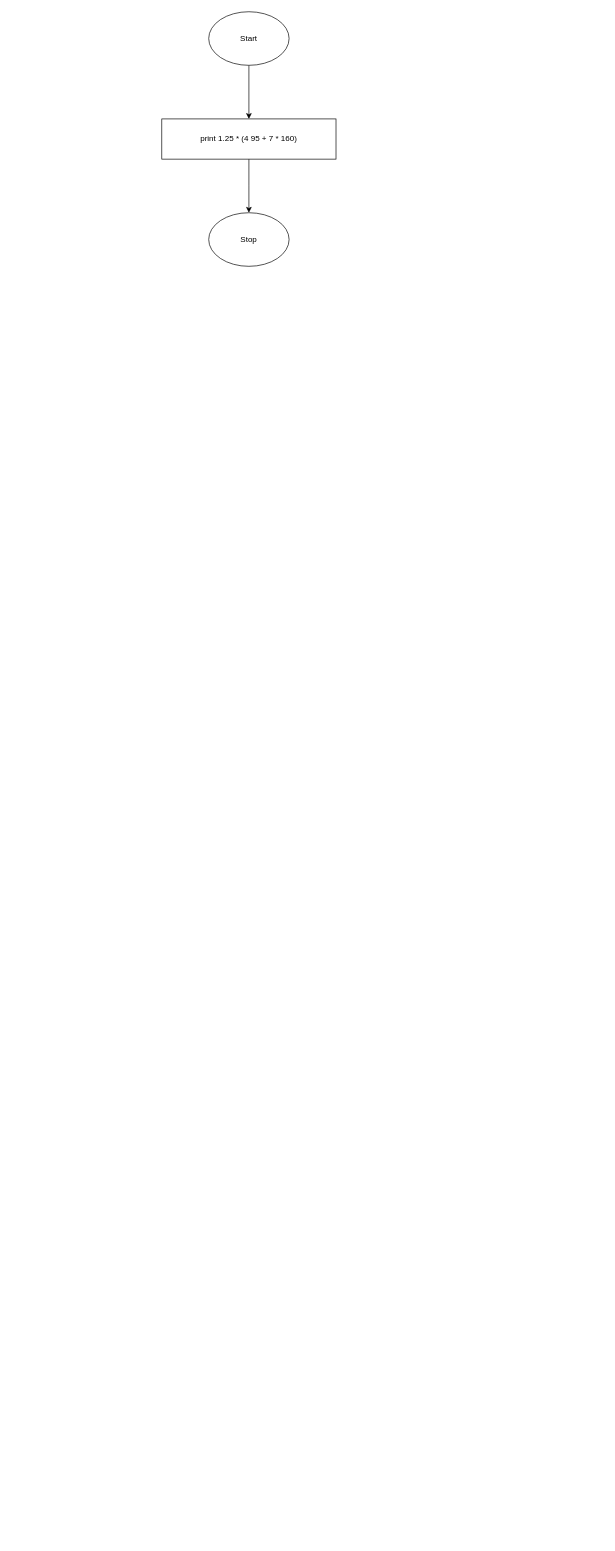
Above: flowcharts/exercises/ex01.drawio in nooberfrombaldursgate/pro1 (draw.io), before the change. Source tidied: cells renumbered, new cells numbered last; positions are measured from the earlier drawing's top-left corner, leaving out a move shared by most shapes. Both pictures are drawn from the tidied source at 67%, with x=0, y=0 at pixel (161, 11).
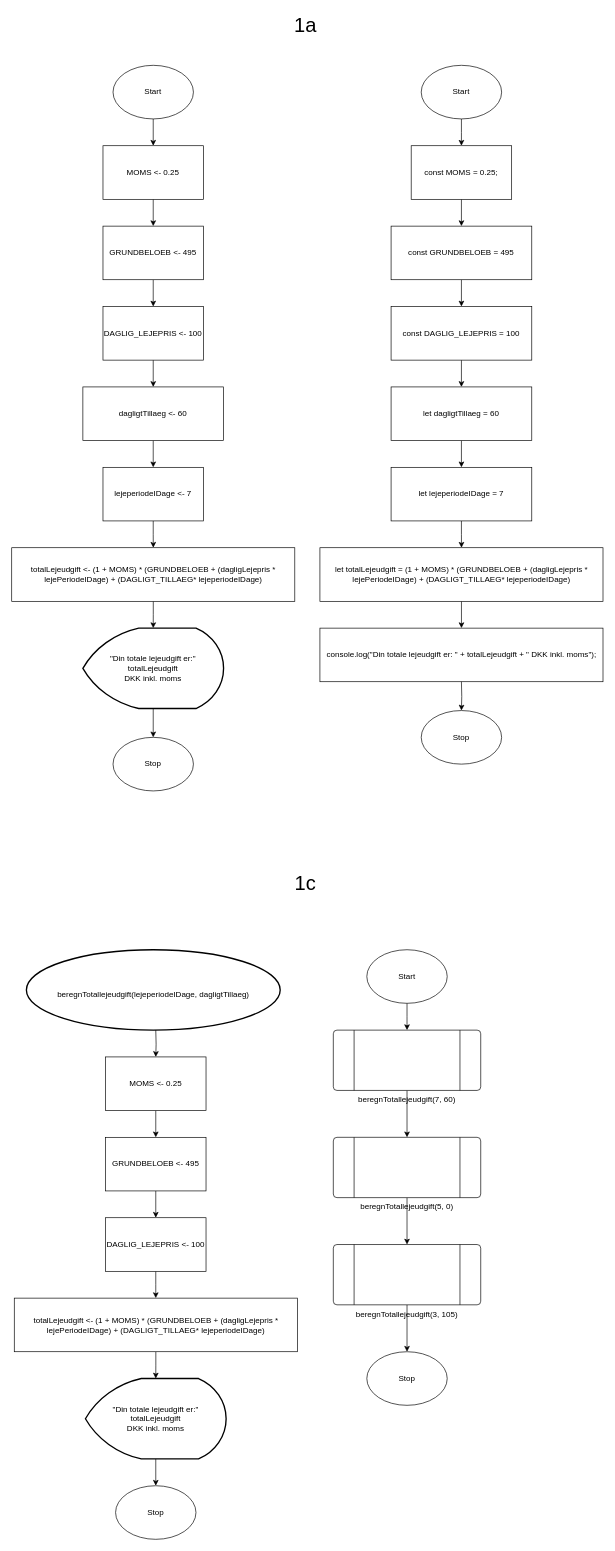
The same page after the edit.

The edit, as a diff of the source:
```diff
@@
-    <mxCell id="2" style="edgeStyle=orthogonalEdgeStyle;rounded=0;jettySize=auto;html=1;" parent="1" edge="1" source="3">
-      <mxGeometry relative="1" as="geometry">
-        <mxPoint x="130" y="300" as="targetPoint" />
-      </mxGeometry>
-    </mxCell>
-    <mxCell id="3" value="&lt;div&gt;print 1.25 * (4 95 + 7 * 160)&lt;/div&gt;" style="rounded=0;whiteSpace=wrap;html=1;" parent="1" vertex="1">
-      <mxGeometry y="160" width="260" height="60" as="geometry" />
-    </mxCell>
-    <mxCell id="4" style="edgeStyle=orthogonalEdgeStyle;rounded=0;jettySize=auto;html=1;entryX=0.5;entryY=0;entryDx=0;entryDy=0;" parent="1" edge="1" source="5" target="3">
-      <mxGeometry relative="1" as="geometry" />
-    </mxCell>
+    <mxCell id="7" style="edgeStyle=orthogonalEdgeStyle;rounded=0;jettySize=auto;html=1;" parent="1" edge="1" source="5" target="15">
+      <mxGeometry relative="1" as="geometry" />
+    </mxCell>
     <mxCell id="5" value="Start" style="ellipse;whiteSpace=wrap;html=1;" parent="1" vertex="1">
-      <mxGeometry x="70" width="120" height="80" as="geometry" />
+      <mxGeometry x="-72.8" y="80" width="120" height="80" as="geometry" />
     </mxCell>
     <mxCell id="6" value="&lt;div&gt;Stop&lt;/div&gt;" style="ellipse;whiteSpace=wrap;html=1;" parent="1" vertex="1">
-      <mxGeometry x="70" y="300" width="120" height="80" as="geometry" />
+      <mxGeometry x="-72.8" y="1083" width="120" height="80" as="geometry" />
     </mxCell>
+    <mxCell id="8" style="edgeStyle=orthogonalEdgeStyle;rounded=0;jettySize=auto;html=1;" parent="1" edge="1" source="9" target="17">
+      <mxGeometry relative="1" as="geometry" />
+    </mxCell>
+    <mxCell id="9" value="GRUNDBELOEB &amp;lt;- 495" style="rounded=0;whiteSpace=wrap;html=1;" parent="1" vertex="1">
+      <mxGeometry x="-87.8" y="320" width="150" height="80" as="geometry" />
+    </mxCell>
+    <mxCell id="10" style="edgeStyle=orthogonalEdgeStyle;rounded=0;jettySize=auto;html=1;" parent="1" edge="1" source="11" target="19">
+      <mxGeometry relative="1" as="geometry" />
+    </mxCell>
+    <mxCell id="11" value="dagligtTillaeg &amp;lt;- 60" style="rounded=0;whiteSpace=wrap;html=1;" parent="1" vertex="1">
+      <mxGeometry x="-117.8" y="560" width="210" height="80" as="geometry" />
+    </mxCell>
+    <mxCell id="12" style="edgeStyle=orthogonalEdgeStyle;rounded=0;jettySize=auto;html=1;" parent="1" edge="1" source="13" target="21">
+      <mxGeometry relative="1" as="geometry" />
+    </mxCell>
+    <mxCell id="13" value="totalLejeudgift &amp;lt;- (1 + MOMS) * (GRUNDBELOEB + (dagligLejepris * lejePeriodeIDage) + (DAGLIGT_TILLAEG* lejeperiodeIDage)" style="rounded=0;whiteSpace=wrap;html=1;" parent="1" vertex="1">
+      <mxGeometry x="-224" y="800" width="422.5" height="80" as="geometry" />
+    </mxCell>
+    <mxCell id="14" style="edgeStyle=orthogonalEdgeStyle;rounded=0;jettySize=auto;html=1;" parent="1" edge="1" source="15" target="9">
+      <mxGeometry relative="1" as="geometry" />
+    </mxCell>
+    <mxCell id="15" value="MOMS &amp;lt;- 0.25" style="rounded=0;whiteSpace=wrap;html=1;" parent="1" vertex="1">
+      <mxGeometry x="-87.8" y="200" width="150" height="80" as="geometry" />
+    </mxCell>
+    <mxCell id="16" style="edgeStyle=orthogonalEdgeStyle;rounded=0;jettySize=auto;html=1;" parent="1" edge="1" source="17" target="11">
+      <mxGeometry relative="1" as="geometry" />
+    </mxCell>
+    <mxCell id="17" value="DAGLIG_LEJEPRIS &amp;lt;- 100" style="rounded=0;whiteSpace=wrap;html=1;" parent="1" vertex="1">
+      <mxGeometry x="-87.8" y="440" width="150" height="80" as="geometry" />
+    </mxCell>
+    <mxCell id="18" style="edgeStyle=orthogonalEdgeStyle;rounded=0;jettySize=auto;html=1;" parent="1" edge="1" source="19" target="13">
+      <mxGeometry relative="1" as="geometry" />
+    </mxCell>
+    <mxCell id="19" value="lejeperiodeIDage &amp;lt;- 7" style="rounded=0;whiteSpace=wrap;html=1;" parent="1" vertex="1">
+      <mxGeometry x="-87.8" y="680" width="150" height="80" as="geometry" />
+    </mxCell>
+    <mxCell id="20" style="edgeStyle=orthogonalEdgeStyle;rounded=0;jettySize=auto;html=1;" parent="1" edge="1" source="21" target="6">
+      <mxGeometry relative="1" as="geometry" />
+    </mxCell>
+    <mxCell id="21" value="&lt;div&gt;&quot;Din totale lejeudgift er:&quot;&lt;/div&gt;&lt;div&gt;totalLejeudgift&lt;/div&gt;&lt;div&gt;DKK inkl. moms&lt;br&gt;&lt;/div&gt;" style="strokeWidth=2;html=1;shape=mxgraph.flowchart.display;whiteSpace=wrap;" parent="1" vertex="1">
+      <mxGeometry x="-117.8" y="920" width="210" height="120" as="geometry" />
+    </mxCell>
+    <mxCell id="22" value="1a" style="text;html=1;align=center;verticalAlign=middle;fontSize=30;" parent="1" vertex="1">
+      <mxGeometry x="188.5" width="50" height="40" as="geometry" />
+    </mxCell>
+    <mxCell id="23" style="edgeStyle=orthogonalEdgeStyle;rounded=0;jettySize=auto;html=1;" parent="1" edge="1" source="24" target="26">
+      <mxGeometry relative="1" as="geometry" />
+    </mxCell>
+    <mxCell id="24" value="const MOMS = 0.25;" style="rounded=0;whiteSpace=wrap;html=1;" parent="1" vertex="1">
+      <mxGeometry x="372.2" y="200" width="150" height="80" as="geometry" />
+    </mxCell>
+    <mxCell id="25" style="edgeStyle=orthogonalEdgeStyle;rounded=0;jettySize=auto;html=1;" parent="1" edge="1" source="26" target="28">
+      <mxGeometry relative="1" as="geometry" />
+    </mxCell>
+    <mxCell id="26" value="const GRUNDBELOEB = 495" style="rounded=0;whiteSpace=wrap;html=1;" parent="1" vertex="1">
+      <mxGeometry x="342.2" y="320" width="210" height="80" as="geometry" />
+    </mxCell>
+    <mxCell id="27" style="edgeStyle=orthogonalEdgeStyle;rounded=0;jettySize=auto;html=1;" parent="1" edge="1" source="28" target="30">
+      <mxGeometry relative="1" as="geometry" />
+    </mxCell>
+    <mxCell id="28" value="const DAGLIG_LEJEPRIS = 100" style="rounded=0;whiteSpace=wrap;html=1;" parent="1" vertex="1">
+      <mxGeometry x="342.2" y="440" width="210" height="80" as="geometry" />
+    </mxCell>
+    <mxCell id="29" style="edgeStyle=orthogonalEdgeStyle;rounded=0;jettySize=auto;html=1;" parent="1" edge="1" source="30" target="32">
+      <mxGeometry relative="1" as="geometry" />
+    </mxCell>
+    <mxCell id="30" value="let dagligtTillaeg = 60" style="rounded=0;whiteSpace=wrap;html=1;" parent="1" vertex="1">
+      <mxGeometry x="342.2" y="560" width="210" height="80" as="geometry" />
+    </mxCell>
+    <mxCell id="31" style="edgeStyle=orthogonalEdgeStyle;rounded=0;jettySize=auto;html=1;" parent="1" edge="1" source="32" target="34">
+      <mxGeometry relative="1" as="geometry" />
+    </mxCell>
+    <mxCell id="32" value="let lejeperiodeIDage = 7" style="rounded=0;whiteSpace=wrap;html=1;" parent="1" vertex="1">
+      <mxGeometry x="342.2" y="680" width="210" height="80" as="geometry" />
+    </mxCell>
+    <mxCell id="33" style="edgeStyle=orthogonalEdgeStyle;rounded=0;jettySize=auto;html=1;" parent="1" edge="1" source="34" target="35">
+      <mxGeometry relative="1" as="geometry" />
+    </mxCell>
+    <mxCell id="34" value="let totalLejeudgift = (1 + MOMS) * (GRUNDBELOEB + (dagligLejepris * lejePeriodeIDage) + (DAGLIGT_TILLAEG* lejeperiodeIDage)" style="rounded=0;whiteSpace=wrap;html=1;" parent="1" vertex="1">
+      <mxGeometry x="236" y="800" width="422.5" height="80" as="geometry" />
+    </mxCell>
+    <mxCell id="35" value="console.log(&quot;Din totale lejeudgift er: &quot; + totalLejeudgift + &quot; DKK inkl. moms&quot;);" style="rounded=0;whiteSpace=wrap;html=1;" parent="1" vertex="1">
+      <mxGeometry x="236" y="920" width="422.5" height="80" as="geometry" />
+    </mxCell>
+    <mxCell id="36" value="1c" style="text;html=1;align=center;verticalAlign=middle;fontSize=30;" parent="1" vertex="1">
+      <mxGeometry x="188.5" y="1280" width="50" height="40" as="geometry" />
+    </mxCell>
+    <mxCell id="37" value="&lt;font style=&quot;font-size: 12px&quot;&gt;beregnTotallejeudgift&lt;/font&gt;&lt;font style=&quot;font-size: 12px&quot;&gt;(lejeperiodeIDage, dagligtTillaeg)&lt;/font&gt;" style="strokeWidth=2;html=1;shape=mxgraph.flowchart.start_2;whiteSpace=wrap;fontSize=30;" parent="1" vertex="1">
+      <mxGeometry x="-202.1" y="1400" width="378.8" height="120" as="geometry" />
+    </mxCell>
+    <mxCell id="38" style="edgeStyle=orthogonalEdgeStyle;rounded=0;jettySize=auto;html=1;" parent="1" edge="1" source="39" target="44">
+      <mxGeometry relative="1" as="geometry" />
+    </mxCell>
+    <mxCell id="39" value="GRUNDBELOEB &amp;lt;- 495" style="rounded=0;whiteSpace=wrap;html=1;" parent="1" vertex="1">
+      <mxGeometry x="-84" y="1680" width="150" height="80" as="geometry" />
+    </mxCell>
+    <mxCell id="40" style="edgeStyle=orthogonalEdgeStyle;rounded=0;orthogonalLoop=1;jettySize=auto;html=1;" parent="1" edge="1">
+      <mxGeometry relative="1" as="geometry">
+        <mxPoint x="-9" y="2000" as="sourcePoint" />
+      </mxGeometry>
+    </mxCell>
+    <mxCell id="41" style="edgeStyle=orthogonalEdgeStyle;rounded=0;jettySize=auto;html=1;" parent="1" edge="1" source="42" target="46">
+      <mxGeometry relative="1" as="geometry" />
+    </mxCell>
+    <mxCell id="42" value="totalLejeudgift &amp;lt;- (1 + MOMS) * (GRUNDBELOEB + (dagligLejepris * lejePeriodeIDage) + (DAGLIGT_TILLAEG* lejeperiodeIDage)" style="rounded=0;whiteSpace=wrap;html=1;" parent="1" vertex="1">
+      <mxGeometry x="-220.2" y="1920" width="422.5" height="80" as="geometry" />
+    </mxCell>
+    <mxCell id="43" style="edgeStyle=orthogonalEdgeStyle;rounded=0;jettySize=auto;html=1;" parent="1" edge="1" source="44">
+      <mxGeometry relative="1" as="geometry">
+        <mxPoint x="-9" y="1920" as="targetPoint" />
+      </mxGeometry>
+    </mxCell>
+    <mxCell id="44" value="DAGLIG_LEJEPRIS &amp;lt;- 100" style="rounded=0;whiteSpace=wrap;html=1;" parent="1" vertex="1">
+      <mxGeometry x="-84" y="1800" width="150" height="80" as="geometry" />
+    </mxCell>
+    <mxCell id="45" style="edgeStyle=orthogonalEdgeStyle;rounded=0;jettySize=auto;html=1;fontSize=30;" parent="1" edge="1" source="46" target="62">
+      <mxGeometry relative="1" as="geometry" />
+    </mxCell>
+    <mxCell id="46" value="&lt;div&gt;&quot;Din totale lejeudgift er:&quot;&lt;/div&gt;&lt;div&gt;totalLejeudgift&lt;/div&gt;&lt;div&gt;DKK inkl. moms&lt;br&gt;&lt;/div&gt;" style="strokeWidth=2;html=1;shape=mxgraph.flowchart.display;whiteSpace=wrap;" parent="1" vertex="1">
+      <mxGeometry x="-114" y="2040" width="210" height="120" as="geometry" />
+    </mxCell>
+    <mxCell id="47" style="edgeStyle=orthogonalEdgeStyle;rounded=0;jettySize=auto;html=1;" parent="1" edge="1" target="49">
+      <mxGeometry relative="1" as="geometry">
+        <mxPoint x="-9" y="1520" as="sourcePoint" />
+      </mxGeometry>
+    </mxCell>
+    <mxCell id="48" style="edgeStyle=orthogonalEdgeStyle;rounded=0;jettySize=auto;html=1;fontSize=30;" parent="1" edge="1" source="49" target="39">
+      <mxGeometry relative="1" as="geometry" />
+    </mxCell>
+    <mxCell id="49" value="MOMS &amp;lt;- 0.25" style="rounded=0;whiteSpace=wrap;html=1;" parent="1" vertex="1">
+      <mxGeometry x="-84" y="1560" width="150" height="80" as="geometry" />
+    </mxCell>
+    <mxCell id="50" style="edgeStyle=orthogonalEdgeStyle;rounded=0;jettySize=auto;html=1;fontSize=30;" parent="1" edge="1" source="51" target="59">
+      <mxGeometry relative="1" as="geometry" />
+    </mxCell>
+    <mxCell id="51" value="&lt;font style=&quot;font-size: 12px&quot;&gt;beregnTotallejeudgift(&lt;/font&gt;7, 60)" style="verticalLabelPosition=bottom;verticalAlign=top;html=1;shape=process;whiteSpace=wrap;rounded=1;size=0.14;arcSize=6;" parent="1" vertex="1">
+      <mxGeometry x="256" y="1520" width="220" height="90" as="geometry" />
+    </mxCell>
+    <mxCell id="52" style="edgeStyle=orthogonalEdgeStyle;rounded=0;jettySize=auto;html=1;" parent="1" edge="1" source="53">
+      <mxGeometry relative="1" as="geometry">
+        <mxPoint x="447.2" y="200" as="targetPoint" />
+      </mxGeometry>
+    </mxCell>
+    <mxCell id="53" value="Start" style="ellipse;whiteSpace=wrap;html=1;" parent="1" vertex="1">
+      <mxGeometry x="387.2" y="80" width="120" height="80" as="geometry" />
+    </mxCell>
+    <mxCell id="54" value="&lt;div&gt;Stop&lt;/div&gt;" style="ellipse;whiteSpace=wrap;html=1;" parent="1" vertex="1">
+      <mxGeometry x="387.2" y="1043" width="120" height="80" as="geometry" />
+    </mxCell>
+    <mxCell id="55" style="edgeStyle=orthogonalEdgeStyle;rounded=0;jettySize=auto;html=1;" parent="1" edge="1" target="54">
+      <mxGeometry relative="1" as="geometry">
+        <mxPoint x="447.2" y="1000" as="sourcePoint" />
+      </mxGeometry>
+    </mxCell>
+    <mxCell id="56" style="edgeStyle=orthogonalEdgeStyle;rounded=0;jettySize=auto;html=1;" parent="1" edge="1" source="57">
+      <mxGeometry relative="1" as="geometry">
+        <mxPoint x="366" y="1520" as="targetPoint" />
+      </mxGeometry>
+    </mxCell>
+    <mxCell id="57" value="Start" style="ellipse;whiteSpace=wrap;html=1;" parent="1" vertex="1">
+      <mxGeometry x="306" y="1400" width="120" height="80" as="geometry" />
+    </mxCell>
+    <mxCell id="58" style="edgeStyle=orthogonalEdgeStyle;rounded=0;jettySize=auto;html=1;fontSize=30;" parent="1" edge="1" source="59" target="61">
+      <mxGeometry relative="1" as="geometry" />
+    </mxCell>
+    <mxCell id="59" value="&lt;font style=&quot;font-size: 12px&quot;&gt;beregnTotallejeudgift(&lt;/font&gt;5, 0)" style="verticalLabelPosition=bottom;verticalAlign=top;html=1;shape=process;whiteSpace=wrap;rounded=1;size=0.14;arcSize=6;" parent="1" vertex="1">
+      <mxGeometry x="256" y="1680" width="220" height="90" as="geometry" />
+    </mxCell>
+    <mxCell id="60" style="edgeStyle=orthogonalEdgeStyle;rounded=0;jettySize=auto;html=1;fontSize=30;" parent="1" edge="1" source="61" target="63">
+      <mxGeometry relative="1" as="geometry" />
+    </mxCell>
+    <mxCell id="61" value="&lt;font style=&quot;font-size: 12px&quot;&gt;beregnTotallejeudgift(&lt;/font&gt;3, 105)" style="verticalLabelPosition=bottom;verticalAlign=top;html=1;shape=process;whiteSpace=wrap;rounded=1;size=0.14;arcSize=6;" parent="1" vertex="1">
+      <mxGeometry x="256" y="1840" width="220" height="90" as="geometry" />
+    </mxCell>
+    <mxCell id="62" value="&lt;div&gt;Stop&lt;/div&gt;" style="ellipse;whiteSpace=wrap;html=1;" parent="1" vertex="1">
+      <mxGeometry x="-69" y="2200" width="120" height="80" as="geometry" />
+    </mxCell>
+    <mxCell id="63" value="&lt;div&gt;Stop&lt;/div&gt;" style="ellipse;whiteSpace=wrap;html=1;" parent="1" vertex="1">
+      <mxGeometry x="306" y="2000" width="120" height="80" as="geometry" />
+    </mxCell>
```
